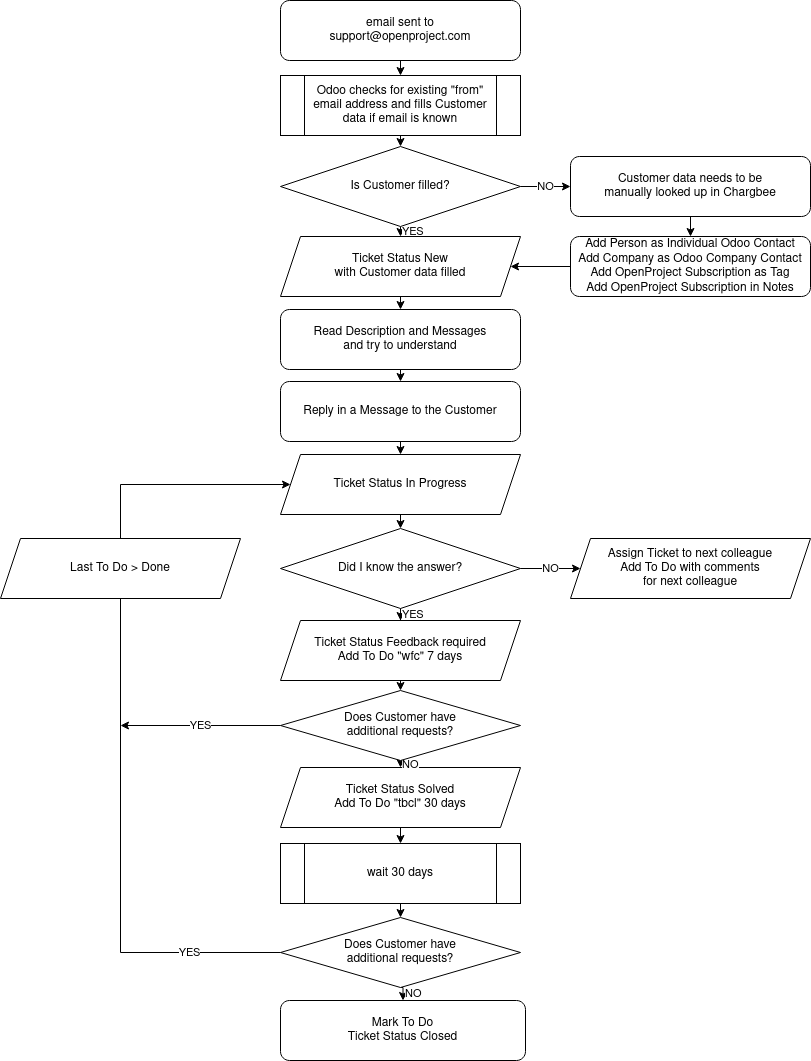
The draw.io diagram ticket-creation-by-email.drawio.png in adam-op/op-draw-io-storage, before a commit. Source tidied: cells renumbered, new cells last; positions are measured from the earlier drawing's top-left corner, leaving out a move shared by most shapes.
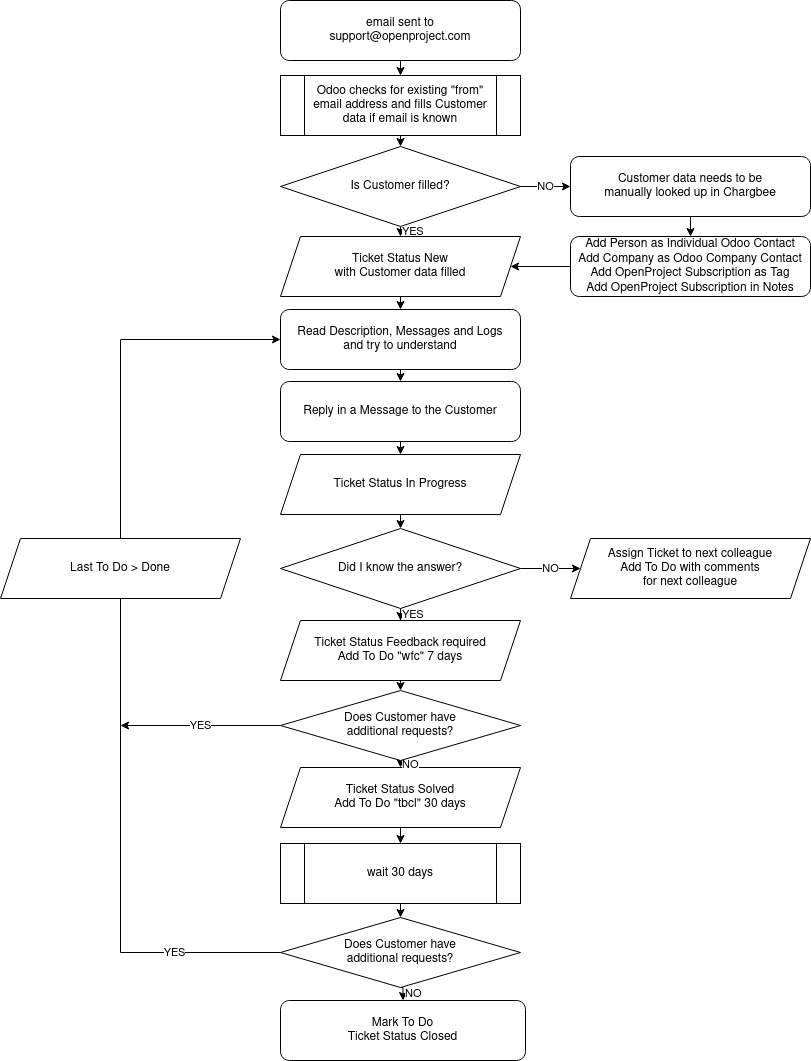
The same file after the commit.

Diff of the diagram source:
```diff
@@ -26,11 +26,11 @@
     <mxCell id="9" value="&lt;div align=&quot;left&quot;&gt;NO&lt;/div&gt;" style="edgeStyle=orthogonalEdgeStyle;rounded=0;jettySize=auto;html=1;exitX=0.5;exitY=1;exitDx=0;exitDy=0;entryX=0.5;entryY=0;entryDx=0;entryDy=0;align=left;" parent="1" edge="1" source="11" target="4">
       <mxGeometry relative="1" as="geometry" />
     </mxCell>
-    <mxCell id="10" value="&lt;div align=&quot;center&quot;&gt;YES&lt;/div&gt;" style="edgeStyle=orthogonalEdgeStyle;rounded=0;jettySize=auto;html=1;exitX=0;exitY=0.5;exitDx=0;exitDy=0;align=center;entryX=0;entryY=0.5;entryDx=0;entryDy=0;" parent="1" edge="1" source="11" target="33">
+    <mxCell id="10" value="&lt;div align=&quot;center&quot;&gt;YES&lt;/div&gt;" style="edgeStyle=orthogonalEdgeStyle;rounded=0;jettySize=auto;html=1;exitX=0;exitY=0.5;exitDx=0;exitDy=0;align=center;entryX=0;entryY=0.5;entryDx=0;entryDy=0;" parent="1" edge="1" source="11" target="24">
       <mxGeometry x="-0.77" relative="1" as="geometry">
         <Array as="points">
           <mxPoint x="120" y="952" />
-          <mxPoint x="120" y="484" />
+          <mxPoint x="120" y="339" />
         </Array>
       </mxGeometry>
     </mxCell>
@@ -73,7 +73,7 @@
     <mxCell id="23" style="edgeStyle=orthogonalEdgeStyle;rounded=0;jettySize=auto;html=1;exitX=0.5;exitY=1;exitDx=0;exitDy=0;entryX=0.5;entryY=0;entryDx=0;entryDy=0;" parent="1" edge="1" source="24" target="29">
       <mxGeometry relative="1" as="geometry" />
     </mxCell>
-    <mxCell id="24" value="&lt;div&gt;Read Description and Messages&lt;br&gt;&lt;/div&gt;&lt;div&gt;and try to understand&lt;/div&gt;" style="rounded=1;whiteSpace=wrap;html=1;" parent="1" vertex="1">
+    <mxCell id="24" value="&lt;div&gt;Read Description, Messages and Logs&lt;br&gt;&lt;/div&gt;&lt;div&gt;and try to understand&lt;/div&gt;" style="rounded=1;whiteSpace=wrap;html=1;" parent="1" vertex="1">
       <mxGeometry x="280" y="309" width="240" height="60" as="geometry" />
     </mxCell>
     <mxCell id="25" value="&lt;div align=&quot;left&quot;&gt;YES&lt;/div&gt;" style="edgeStyle=orthogonalEdgeStyle;rounded=0;jettySize=auto;html=1;exitX=0.5;exitY=1;exitDx=0;exitDy=0;align=left;" parent="1" edge="1" source="27" target="31">
```
